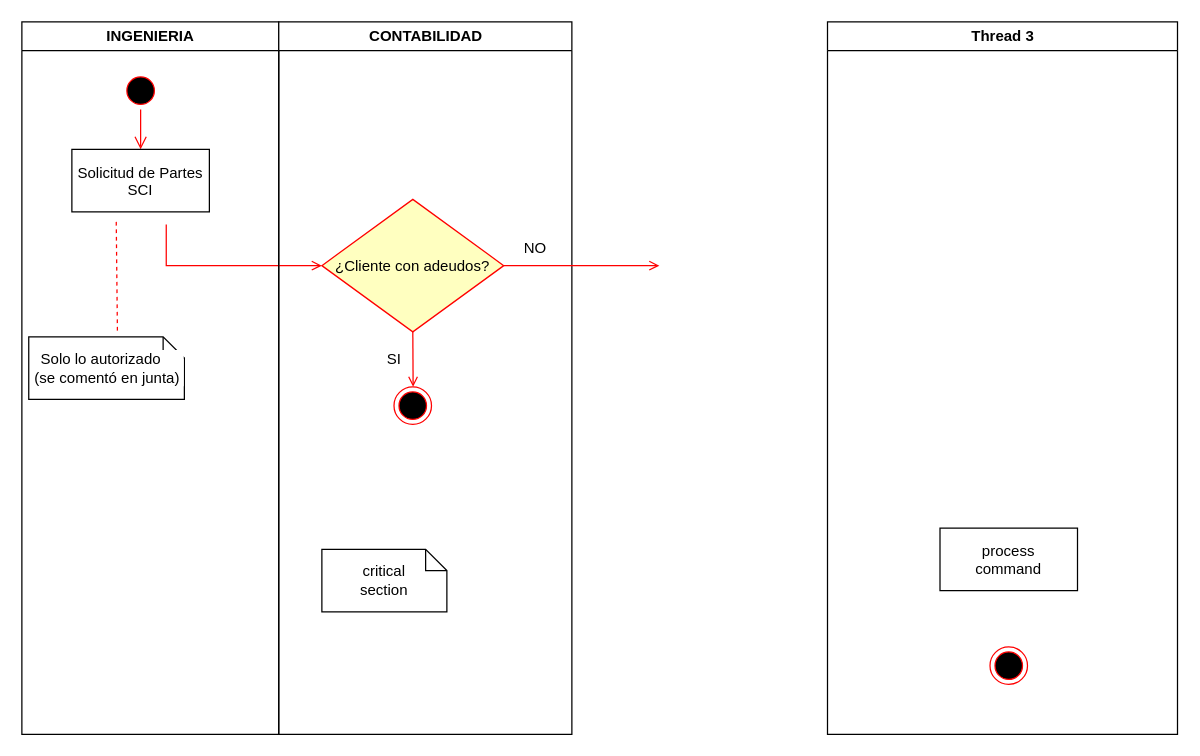
Above: Flujos/D-Actividades-SCI-Servicios-Ingenieria.drawio in RaulGutierrezCarmona/Diagrams (draw.io), before the change. Source tidied: cells renumbered, new cells numbered last; positions are measured from the earlier drawing's top-left corner, leaving out a move shared by most shapes. Both pictures are drawn from the tidied source at 125%, with x=0, y=0 at pixel (21, 21).
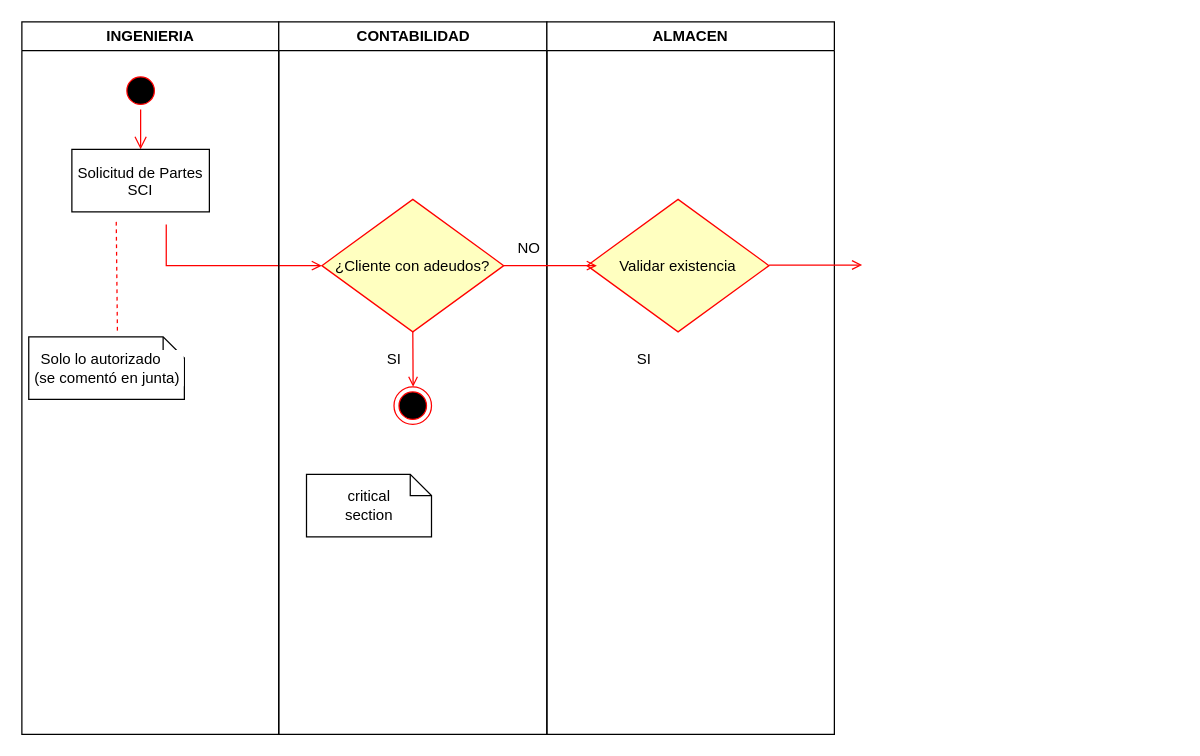
The same page after the edit.

Unchanged cells that the change refers to:
```xml
<mxCell id="11" value="&#10;¿Cliente con adeudos?&#10;" style="rhombus;fillColor=#ffffc0;strokeColor=#ff0000;" parent="9" vertex="1">
  <mxGeometry x="34.5" y="142" width="145.5" height="106" as="geometry" />
</mxCell>
```

Diff of the diagram source:
```diff
@@
     <mxCell id="9" value="CONTABILIDAD" style="swimlane;whiteSpace=wrap;" parent="1" vertex="1">
-      <mxGeometry x="205.5" width="234.5" height="570" as="geometry" />
+      <mxGeometry x="205.5" width="214.5" height="570" as="geometry" />
     </mxCell>
@@
     <mxCell id="12" value="critical&#10;section" style="shape=note;whiteSpace=wrap;size=17;" parent="9" vertex="1">
-      <mxGeometry x="34.5" y="422" width="100" height="50" as="geometry" />
+      <mxGeometry x="22.2" y="362" width="100" height="50" as="geometry" />
     </mxCell>
@@
     <mxCell id="16" value="NO" style="text;html=1;strokeColor=none;fillColor=none;align=center;verticalAlign=middle;whiteSpace=wrap;rounded=0;labelBackgroundColor=default;" parent="9" vertex="1">
-      <mxGeometry x="180" y="170" width="50" height="22" as="geometry" />
+      <mxGeometry x="180" y="170" width="40" height="22" as="geometry" />
     </mxCell>
+    <mxCell id="18" value="ALMACEN" style="swimlane;whiteSpace=wrap;" parent="1" vertex="1">
+      <mxGeometry x="420" width="230" height="570" as="geometry" />
+    </mxCell>
+    <mxCell id="21" value="Validar existencia" style="rhombus;fillColor=#ffffc0;strokeColor=#ff0000;" parent="18" vertex="1">
+      <mxGeometry x="32.2" y="142" width="145.5" height="106" as="geometry" />
+    </mxCell>
+    <mxCell id="22" style="endArrow=open;strokeColor=#FF0000;endFill=1;rounded=0;exitX=1;exitY=0.5;exitDx=0;exitDy=0;" parent="18" edge="1">
+      <mxGeometry x="1" y="-30" relative="1" as="geometry">
+        <mxPoint x="177.8" y="194.5" as="sourcePoint" />
+        <mxPoint x="252.2" y="194.5" as="targetPoint" />
+        <mxPoint x="30" y="30" as="offset" />
+      </mxGeometry>
+    </mxCell>
+    <mxCell id="23" value="SI" style="text;html=1;strokeColor=none;fillColor=none;align=center;verticalAlign=middle;whiteSpace=wrap;rounded=0;labelBackgroundColor=default;" parent="18" vertex="1">
+      <mxGeometry x="60" y="255" width="35.5" height="30" as="geometry" />
+    </mxCell>
-    <mxCell id="17" style="endArrow=open;strokeColor=#FF0000;endFill=1;rounded=0;entryX=0;entryY=0.5;entryDx=0;entryDy=0;exitX=1;exitY=0.5;exitDx=0;exitDy=0;" parent="9" edge="1" source="11">
+    <mxCell id="17" style="endArrow=open;strokeColor=#FF0000;endFill=1;rounded=0;exitX=1;exitY=0.5;exitDx=0;exitDy=0;" parent="1" edge="1" source="11">
       <mxGeometry x="1" y="-30" relative="1" as="geometry">
-        <mxPoint x="304.5" y="195" as="targetPoint" />
+        <mxPoint x="460" y="195" as="targetPoint" />
         <mxPoint x="30" y="30" as="offset" />
       </mxGeometry>
     </mxCell>
-    <mxCell id="18" value="Thread 3" style="swimlane;whiteSpace=wrap;" parent="1" vertex="1">
-      <mxGeometry x="644.5" width="280" height="570" as="geometry" />
-    </mxCell>
-    <mxCell id="19" value="process&#10;command" parent="18" vertex="1">
-      <mxGeometry x="90" y="405" width="110" height="50" as="geometry" />
-    </mxCell>
-    <mxCell id="20" style="ellipse;shape=endState;fillColor=#000000;strokeColor=#ff0000;" parent="18" vertex="1">
-      <mxGeometry x="130" y="500" width="30" height="30" as="geometry" />
-    </mxCell>
```
